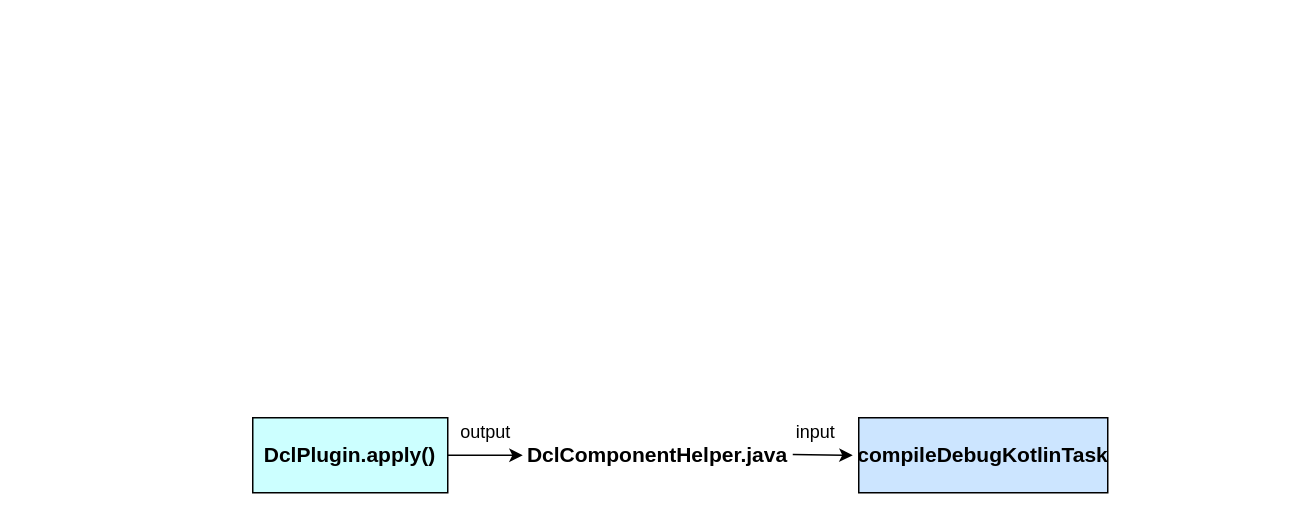
Above: page "DclComponent" (2 of 2) of T9.drawio in shinecjj/UML (draw.io), before the change. Source tidied: cells renumbered, new cells numbered last; positions are measured from the earlier drawing's top-left corner, leaving out a move shared by most shapes. Both pictures are drawn from the tidied source at 150%, with x=0, y=0 at pixel (252, 417).
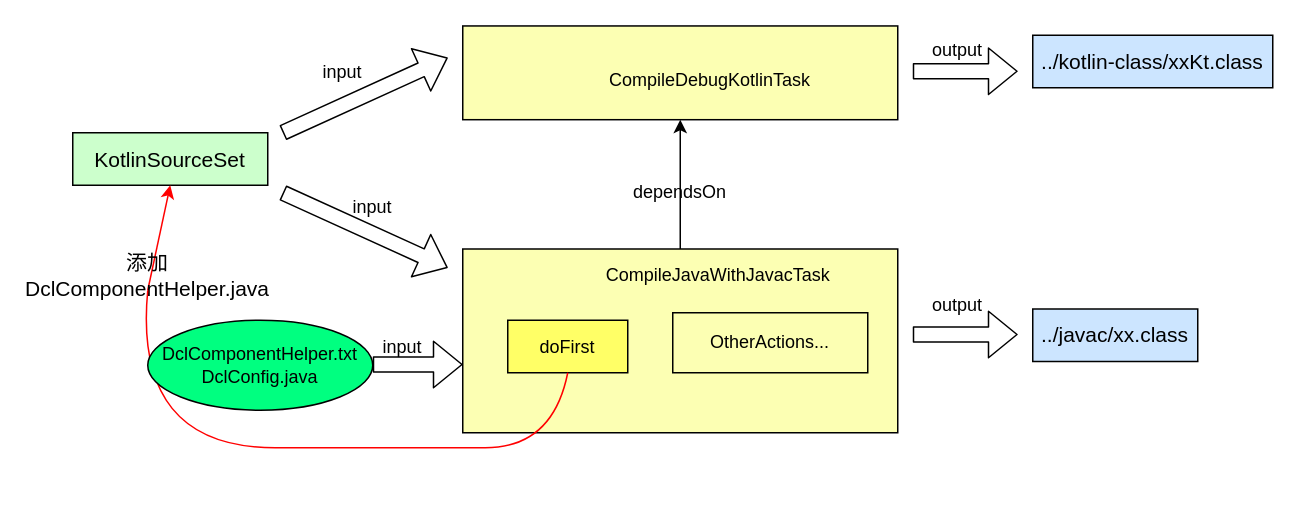
Above is the later version.

What changed in the source:
```diff
@@
-    <mxCell id="2" value="&lt;font style=&quot;font-size: 14px&quot;&gt;&lt;b&gt;compileDebugKotlinTask&lt;/b&gt;&lt;/font&gt;" style="rounded=0;whiteSpace=wrap;html=1;strokeColor=#000000;fillColor=#CCE5FF;" parent="1" vertex="1">
-      <mxGeometry x="404" width="166" height="50" as="geometry" />
-    </mxCell>
-    <mxCell id="3" value="&lt;font style=&quot;font-size: 14px&quot;&gt;&lt;b&gt;DclComponentHelper.java&lt;/b&gt;&lt;/font&gt;" style="text;html=1;strokeColor=none;fillColor=none;align=center;verticalAlign=middle;whiteSpace=wrap;rounded=0;" parent="1" vertex="1">
-      <mxGeometry x="250" y="15" width="40" height="20" as="geometry" />
-    </mxCell>
-    <mxCell id="4" value="&lt;font style=&quot;font-size: 14px&quot;&gt;&lt;b&gt;DclPlugin.apply()&lt;/b&gt;&lt;/font&gt;" style="rounded=0;whiteSpace=wrap;html=1;strokeColor=#000000;fillColor=#CCFFFF;" parent="1" vertex="1">
-      <mxGeometry width="130" height="50" as="geometry" />
-    </mxCell>
-    <mxCell id="5" style="endArrow=classic;html=1;fillColor=#FFFFFF;exitX=1;exitY=0.5;exitDx=0;exitDy=0;" parent="1" edge="1" source="4">
-      <mxGeometry relative="1" as="geometry">
-        <mxPoint x="180" y="25" as="targetPoint" />
-      </mxGeometry>
-    </mxCell>
-    <mxCell id="6" style="endArrow=classic;html=1;fillColor=#FFFFFF;" parent="1" edge="1">
-      <mxGeometry relative="1" as="geometry">
-        <mxPoint x="360" y="24.5" as="sourcePoint" />
-        <mxPoint x="400" y="25" as="targetPoint" />
-      </mxGeometry>
-    </mxCell>
-    <mxCell id="7" value="output" style="text;html=1;align=center;verticalAlign=middle;strokeColor=none;" parent="1" vertex="1">
-      <mxGeometry x="130" width="50" height="20" as="geometry" />
-    </mxCell>
-    <mxCell id="8" value="input" style="text;html=1;align=center;verticalAlign=middle;strokeColor=none;" parent="1" vertex="1">
-      <mxGeometry x="355" width="40" height="20" as="geometry" />
-    </mxCell>
+    <mxCell id="9" style="rounded=0;whiteSpace=wrap;html=1;strokeColor=#000000;fillColor=#FCFFB3;" parent="1" vertex="1">
+      <mxGeometry x="140" y="-112.5" width="290" height="122.5" as="geometry" />
+    </mxCell>
+    <mxCell id="10" value="CompileJavaWithJavacTask" style="text;html=1;strokeColor=none;fillColor=none;align=center;verticalAlign=middle;whiteSpace=wrap;rounded=0;" parent="1" vertex="1">
+      <mxGeometry x="232.5" y="-105" width="155" height="20" as="geometry" />
+    </mxCell>
+    <mxCell id="11" value="doFirst" style="rounded=0;whiteSpace=wrap;html=1;strokeColor=#000000;fillColor=#FFFF66;" parent="1" vertex="1">
+      <mxGeometry x="170" y="-65" width="80" height="35" as="geometry" />
+    </mxCell>
+    <mxCell id="12" value="OtherActions..." style="rounded=0;whiteSpace=wrap;html=1;strokeColor=#000000;fillColor=#FCFFB3;" parent="1" vertex="1">
+      <mxGeometry x="280" y="-70" width="130" height="40" as="geometry" />
+    </mxCell>
+    <mxCell id="13" value="&lt;span style=&quot;font-size: 14px&quot;&gt;KotlinSourceSet&lt;/span&gt;" style="rounded=0;whiteSpace=wrap;html=1;strokeColor=#000000;fillColor=#CCFFCC;" parent="1" vertex="1">
+      <mxGeometry x="-120" y="-190" width="130" height="35" as="geometry" />
+    </mxCell>
+    <mxCell id="14" style="curved=1;endArrow=classic;html=1;fillColor=#FFFFFF;entryX=0.5;entryY=1;entryDx=0;entryDy=0;exitX=0.5;exitY=1;exitDx=0;exitDy=0;strokeColor=#FF0000;startArrow=none;" parent="1" edge="1" source="29" target="13">
+      <mxGeometry relative="1" as="geometry" />
+    </mxCell>
+    <mxCell id="15" value="input" style="text;html=1;strokeColor=none;fillColor=none;align=center;verticalAlign=middle;whiteSpace=wrap;rounded=0;" parent="1" vertex="1">
+      <mxGeometry x="60" y="-150" width="40" height="20" as="geometry" />
+    </mxCell>
+    <mxCell id="16" style="shape=flexArrow;endArrow=classic;html=1;fillColor=#FFFFFF;" parent="1" edge="1">
+      <mxGeometry relative="1" as="geometry">
+        <mxPoint x="440" y="-55.5" as="sourcePoint" />
+        <mxPoint x="510" y="-55.5" as="targetPoint" />
+      </mxGeometry>
+    </mxCell>
+    <mxCell id="17" value="output" style="text;html=1;strokeColor=none;fillColor=none;align=center;verticalAlign=middle;whiteSpace=wrap;rounded=0;" parent="1" vertex="1">
+      <mxGeometry x="450" y="-85" width="40" height="20" as="geometry" />
+    </mxCell>
+    <mxCell id="18" value="&lt;span style=&quot;font-size: 14px&quot;&gt;../javac/xx.class&lt;/span&gt;" style="rounded=0;whiteSpace=wrap;html=1;strokeColor=#000000;fillColor=#CCE5FF;" parent="1" vertex="1">
+      <mxGeometry x="520" y="-72.5" width="110" height="35" as="geometry" />
+    </mxCell>
+    <mxCell id="19" style="rounded=0;whiteSpace=wrap;html=1;strokeColor=#000000;fillColor=#FCFFB3;" parent="1" vertex="1">
+      <mxGeometry x="140" y="-261.2" width="290" height="62.5" as="geometry" />
+    </mxCell>
+    <mxCell id="20" value="CompileDebugKotlinTask" style="text;html=1;strokeColor=none;fillColor=none;align=center;verticalAlign=middle;whiteSpace=wrap;rounded=0;" parent="1" vertex="1">
+      <mxGeometry x="285" y="-235" width="40" height="20" as="geometry" />
+    </mxCell>
+    <mxCell id="21" style="edgeStyle=orthogonalEdgeStyle;rounded=0;jettySize=auto;html=1;strokeColor=#000000;fillColor=#FFFFFF;exitX=0.5;exitY=0;exitDx=0;exitDy=0;" parent="1" edge="1" source="9" target="19">
+      <mxGeometry relative="1" as="geometry" />
+    </mxCell>
+    <mxCell id="22" value="dependsOn" style="text;html=1;strokeColor=none;fillColor=none;align=center;verticalAlign=middle;whiteSpace=wrap;rounded=0;" parent="1" vertex="1">
+      <mxGeometry x="265" y="-160" width="40" height="20" as="geometry" />
+    </mxCell>
+    <mxCell id="23" style="shape=flexArrow;endArrow=classic;html=1;strokeColor=#000000;fillColor=#FFFFFF;" parent="1" edge="1">
+      <mxGeometry relative="1" as="geometry">
+        <mxPoint x="20" y="-150" as="sourcePoint" />
+        <mxPoint x="130" y="-100" as="targetPoint" />
+      </mxGeometry>
+    </mxCell>
+    <mxCell id="24" style="shape=flexArrow;endArrow=classic;html=1;strokeColor=#000000;fillColor=#FFFFFF;" parent="1" edge="1">
+      <mxGeometry relative="1" as="geometry">
+        <mxPoint x="20" y="-190" as="sourcePoint" />
+        <mxPoint x="130" y="-240" as="targetPoint" />
+      </mxGeometry>
+    </mxCell>
+    <mxCell id="25" value="input" style="text;html=1;strokeColor=none;fillColor=none;align=center;verticalAlign=middle;whiteSpace=wrap;rounded=0;" parent="1" vertex="1">
+      <mxGeometry x="40" y="-240" width="40" height="20" as="geometry" />
+    </mxCell>
+    <mxCell id="26" value="&lt;span style=&quot;font-size: 14px&quot;&gt;../kotlin-class/xxKt.class&lt;/span&gt;" style="rounded=0;whiteSpace=wrap;html=1;strokeColor=#000000;fillColor=#CCE5FF;" parent="1" vertex="1">
+      <mxGeometry x="520" y="-255" width="160" height="35" as="geometry" />
+    </mxCell>
+    <mxCell id="27" style="shape=flexArrow;endArrow=classic;html=1;fillColor=#FFFFFF;" parent="1" edge="1">
+      <mxGeometry relative="1" as="geometry">
+        <mxPoint x="440" y="-231" as="sourcePoint" />
+        <mxPoint x="510" y="-231" as="targetPoint" />
+      </mxGeometry>
+    </mxCell>
+    <mxCell id="28" value="output" style="text;html=1;strokeColor=none;fillColor=none;align=center;verticalAlign=middle;whiteSpace=wrap;rounded=0;" parent="1" vertex="1">
+      <mxGeometry x="450" y="-255" width="40" height="20" as="geometry" />
+    </mxCell>
+    <mxCell id="29" value="&lt;font style=&quot;font-size: 14px&quot;&gt;添加DclComponentHelper.java&lt;/font&gt;" style="text;html=1;strokeColor=none;fillColor=none;align=center;verticalAlign=middle;whiteSpace=wrap;rounded=0;" parent="1" vertex="1">
+      <mxGeometry x="-90" y="-105" width="40" height="20" as="geometry" />
+    </mxCell>
+    <mxCell id="30" style="curved=1;endArrow=none;html=1;fillColor=#FFFFFF;entryX=0.5;entryY=1;entryDx=0;entryDy=0;exitX=0.5;exitY=1;exitDx=0;exitDy=0;strokeColor=#FF0000;" parent="1" edge="1" source="11" target="29">
+      <mxGeometry relative="1" as="geometry">
+        <Array as="points">
+          <mxPoint x="200" y="20" />
+          <mxPoint x="110" y="20" />
+          <mxPoint x="-80" y="20" />
+        </Array>
+      </mxGeometry>
+    </mxCell>
+    <mxCell id="31" style="shape=flexArrow;endArrow=classic;html=1;strokeColor=#000000;fillColor=#FFFFFF;" parent="1" edge="1">
+      <mxGeometry relative="1" as="geometry">
+        <mxPoint x="80" y="-35.5" as="sourcePoint" />
+        <mxPoint x="140" y="-35.5" as="targetPoint" />
+      </mxGeometry>
+    </mxCell>
+    <mxCell id="32" value="input" style="text;html=1;strokeColor=none;fillColor=none;align=center;verticalAlign=middle;whiteSpace=wrap;rounded=0;" parent="1" vertex="1">
+      <mxGeometry x="80" y="-57.5" width="40" height="20" as="geometry" />
+    </mxCell>
+    <mxCell id="33" value="&lt;span&gt;DclComponentHelper.txt&lt;br&gt;&lt;/span&gt;DclConfig.java" style="ellipse;whiteSpace=wrap;html=1;strokeColor=#000000;fillColor=#00FF80;" parent="1" vertex="1">
+      <mxGeometry x="-70" y="-65" width="150" height="60" as="geometry" />
+    </mxCell>
```
